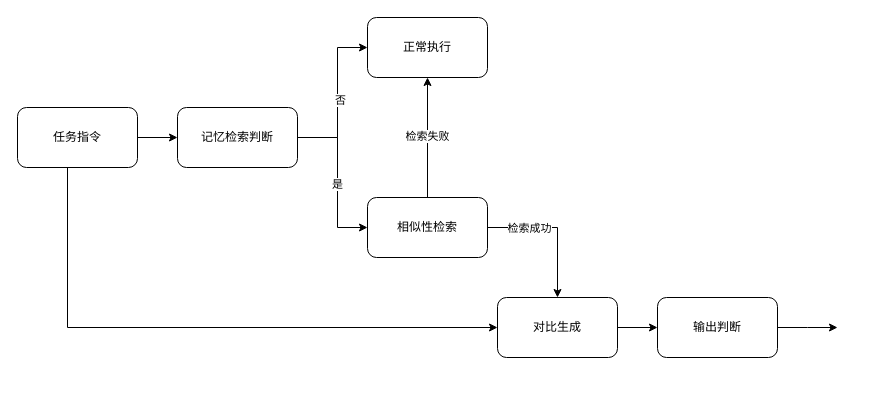
Above: lstm.drawio in abigfreshman/abigfreshman (draw.io), before the change. Source tidied: cells renumbered, new cells numbered last; positions are measured from the earlier drawing's top-left corner, leaving out a move shared by most shapes. Both pictures are drawn from the tidied source at 100%, with x=0, y=0 at pixel (17, 17).
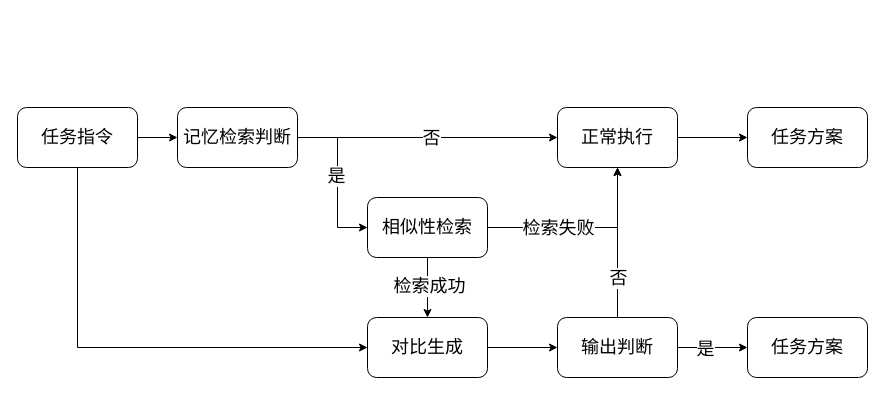
Above is the later version.

Change to the diagram source:
```diff
@@
     <mxCell id="3" style="edgeStyle=orthogonalEdgeStyle;rounded=0;jettySize=auto;html=1;entryX=0;entryY=0.5;entryDx=0;entryDy=0;" parent="1" edge="1" source="4" target="17">
       <mxGeometry relative="1" as="geometry">
         <Array as="points">
-          <mxPoint x="50" y="310" />
-          <mxPoint x="480" y="310" />
+          <mxPoint x="60" y="330" />
         </Array>
       </mxGeometry>
     </mxCell>
-    <mxCell id="4" value="任务指令" style="rounded=1;whiteSpace=wrap;html=1;" parent="1" vertex="1">
+    <mxCell id="4" value="&lt;font style=&quot;font-size: 18px;&quot;&gt;任务指令&lt;/font&gt;" style="rounded=1;whiteSpace=wrap;html=1;" parent="1" vertex="1">
       <mxGeometry y="90" width="120" height="60" as="geometry" />
     </mxCell>
+    <mxCell id="7" style="edgeStyle=orthogonalEdgeStyle;rounded=0;jettySize=auto;html=1;" parent="1" edge="1" source="9" target="15">
+      <mxGeometry relative="1" as="geometry">
+        <Array as="points">
+          <mxPoint x="320" y="120" />
+          <mxPoint x="320" y="210" />
+        </Array>
+      </mxGeometry>
+    </mxCell>
+    <mxCell id="20" value="&lt;span style=&quot;font-size: 18px;&quot;&gt;是&lt;/span&gt;" style="edgeLabel;html=1;align=center;verticalAlign=middle;" parent="7" vertex="1">
+      <mxGeometry x="-0.03" y="-2" relative="1" as="geometry" />
+    </mxCell>
-    <mxCell id="5" style="edgeStyle=orthogonalEdgeStyle;rounded=0;jettySize=auto;html=1;" parent="1" edge="1" source="9" target="10">
-      <mxGeometry relative="1" as="geometry">
-        <Array as="points">
-          <mxPoint x="320" y="120" />
-          <mxPoint x="320" y="30" />
-        </Array>
-      </mxGeometry>
+    <mxCell id="5" style="edgeStyle=orthogonalEdgeStyle;rounded=0;jettySize=auto;html=1;exitX=1;exitY=0.5;exitDx=0;exitDy=0;entryX=0;entryY=0.5;entryDx=0;entryDy=0;" parent="1" edge="1" source="9" target="10">
+      <mxGeometry relative="1" as="geometry" />
     </mxCell>
-    <mxCell id="6" value="否" style="edgeLabel;html=1;align=center;verticalAlign=middle;" parent="5" vertex="1">
-      <mxGeometry x="-0.03" y="-2" relative="1" as="geometry" />
-    </mxCell>
-    <mxCell id="7" style="edgeStyle=orthogonalEdgeStyle;rounded=0;jettySize=auto;html=1;" parent="1" edge="1" source="9" target="15">
-      <mxGeometry relative="1" as="geometry">
-        <Array as="points">
-          <mxPoint x="320" y="120" />
-          <mxPoint x="320" y="210" />
-        </Array>
-      </mxGeometry>
-    </mxCell>
-    <mxCell id="8" value="是" style="edgeLabel;html=1;align=center;verticalAlign=middle;" parent="7" vertex="1">
-      <mxGeometry x="0.07" y="-1" relative="1" as="geometry" />
-    </mxCell>
+    <mxCell id="21" value="&lt;font style=&quot;font-size: 18px;&quot;&gt;否&lt;/font&gt;" style="edgeLabel;html=1;align=center;verticalAlign=middle;" parent="5" vertex="1">
+      <mxGeometry x="0.02" relative="1" as="geometry" />
+    </mxCell>
-    <mxCell id="9" value="记忆检索判断" style="whiteSpace=wrap;html=1;rounded=1;" parent="1" vertex="1">
+    <mxCell id="9" value="&lt;font style=&quot;font-size: 18px;&quot;&gt;记忆检索判断&lt;/font&gt;" style="whiteSpace=wrap;html=1;rounded=1;" parent="1" vertex="1">
       <mxGeometry x="160" y="90" width="120" height="60" as="geometry" />
     </mxCell>
+    <mxCell id="22" style="edgeStyle=orthogonalEdgeStyle;rounded=0;jettySize=auto;html=1;" parent="1" edge="1" source="10" target="28">
+      <mxGeometry relative="1" as="geometry" />
+    </mxCell>
-    <mxCell id="10" value="正常执行" style="whiteSpace=wrap;html=1;rounded=1;" parent="1" vertex="1">
-      <mxGeometry x="350" width="120" height="60" as="geometry" />
+    <mxCell id="10" value="&lt;font style=&quot;font-size: 18px;&quot;&gt;正常执行&lt;/font&gt;" style="whiteSpace=wrap;html=1;rounded=1;" parent="1" vertex="1">
+      <mxGeometry x="540" y="90" width="120" height="60" as="geometry" />
     </mxCell>
-    <mxCell id="11" style="edgeStyle=orthogonalEdgeStyle;rounded=0;jettySize=auto;html=1;exitX=1;exitY=0.5;exitDx=0;exitDy=0;entryX=0.5;entryY=0;entryDx=0;entryDy=0;" parent="1" edge="1" source="15" target="17">
+    <mxCell id="11" style="edgeStyle=orthogonalEdgeStyle;rounded=0;jettySize=auto;html=1;exitX=0.5;exitY=1;exitDx=0;exitDy=0;entryX=0.5;entryY=0;entryDx=0;entryDy=0;" parent="1" edge="1" source="15" target="17">
       <mxGeometry relative="1" as="geometry" />
     </mxCell>
-    <mxCell id="12" value="检索成功" style="edgeLabel;html=1;align=center;verticalAlign=middle;" parent="11" vertex="1">
-      <mxGeometry x="-0.42" relative="1" as="geometry" />
+    <mxCell id="12" value="&lt;font style=&quot;font-size: 18px;&quot;&gt;检索成功&lt;/font&gt;" style="edgeLabel;html=1;align=center;verticalAlign=middle;" parent="11" vertex="1">
+      <mxGeometry x="-0.08" y="1" relative="1" as="geometry" />
     </mxCell>
-    <mxCell id="13" style="edgeStyle=orthogonalEdgeStyle;rounded=0;jettySize=auto;html=1;exitX=0.5;exitY=0;exitDx=0;exitDy=0;entryX=0.5;entryY=1;entryDx=0;entryDy=0;" parent="1" edge="1" source="15" target="10">
+    <mxCell id="13" style="edgeStyle=orthogonalEdgeStyle;rounded=0;jettySize=auto;html=1;exitX=1;exitY=0.5;exitDx=0;exitDy=0;entryX=0.5;entryY=1;entryDx=0;entryDy=0;" parent="1" edge="1" source="15" target="10">
       <mxGeometry relative="1" as="geometry" />
     </mxCell>
-    <mxCell id="14" value="检索失败" style="edgeLabel;html=1;align=center;verticalAlign=middle;" parent="13" vertex="1">
-      <mxGeometry x="0.03" y="1" relative="1" as="geometry" />
+    <mxCell id="14" value="&lt;font style=&quot;font-size: 18px;&quot;&gt;检索失败&lt;/font&gt;" style="edgeLabel;html=1;align=center;verticalAlign=middle;" parent="13" vertex="1">
+      <mxGeometry x="-0.26" y="-3" relative="1" as="geometry">
+        <mxPoint y="-3" as="offset" />
+      </mxGeometry>
     </mxCell>
-    <mxCell id="15" value="相似性检索" style="whiteSpace=wrap;html=1;rounded=1;" parent="1" vertex="1">
+    <mxCell id="15" value="&lt;font style=&quot;font-size: 18px;&quot;&gt;相似性检索&lt;/font&gt;" style="whiteSpace=wrap;html=1;rounded=1;" parent="1" vertex="1">
       <mxGeometry x="350" y="180" width="120" height="60" as="geometry" />
     </mxCell>
@@
-    <mxCell id="17" value="对比生成" style="whiteSpace=wrap;html=1;rounded=1;" parent="1" vertex="1">
-      <mxGeometry x="480" y="280" width="120" height="60" as="geometry" />
+    <mxCell id="17" value="&lt;font style=&quot;font-size: 18px;&quot;&gt;对比生成&lt;/font&gt;" style="whiteSpace=wrap;html=1;rounded=1;" parent="1" vertex="1">
+      <mxGeometry x="350" y="300" width="120" height="60" as="geometry" />
     </mxCell>
-    <mxCell id="18" style="edgeStyle=orthogonalEdgeStyle;rounded=0;jettySize=auto;html=1;exitX=1;exitY=0.5;exitDx=0;exitDy=0;" parent="1" edge="1" source="19">
-      <mxGeometry relative="1" as="geometry">
-        <mxPoint x="820" y="310" as="targetPoint" />
-      </mxGeometry>
-    </mxCell>
+    <mxCell id="23" style="edgeStyle=orthogonalEdgeStyle;rounded=0;jettySize=auto;html=1;entryX=0.5;entryY=1;entryDx=0;entryDy=0;" parent="1" edge="1" source="19" target="10">
+      <mxGeometry relative="1" as="geometry" />
+    </mxCell>
+    <mxCell id="24" value="&lt;font style=&quot;font-size: 18px;&quot;&gt;否&lt;/font&gt;" style="edgeLabel;html=1;align=center;verticalAlign=middle;" parent="23" vertex="1">
+      <mxGeometry x="-0.29" y="1" relative="1" as="geometry">
+        <mxPoint x="1" y="13" as="offset" />
+      </mxGeometry>
+    </mxCell>
+    <mxCell id="25" style="edgeStyle=orthogonalEdgeStyle;rounded=0;jettySize=auto;html=1;entryX=0;entryY=0.5;entryDx=0;entryDy=0;" parent="1" edge="1" source="19" target="27">
+      <mxGeometry relative="1" as="geometry" />
+    </mxCell>
+    <mxCell id="26" value="&lt;font style=&quot;font-size: 18px;&quot;&gt;是&lt;/font&gt;" style="edgeLabel;html=1;align=center;verticalAlign=middle;" parent="25" vertex="1">
+      <mxGeometry x="-0.22" y="-1" relative="1" as="geometry" />
+    </mxCell>
-    <mxCell id="19" value="输出判断" style="whiteSpace=wrap;html=1;rounded=1;" parent="1" vertex="1">
-      <mxGeometry x="640" y="280" width="120" height="60" as="geometry" />
+    <mxCell id="19" value="&lt;font style=&quot;font-size: 18px;&quot;&gt;输出判断&lt;/font&gt;" style="whiteSpace=wrap;html=1;rounded=1;" parent="1" vertex="1">
+      <mxGeometry x="540" y="300" width="120" height="60" as="geometry" />
     </mxCell>
+    <mxCell id="27" value="&lt;font style=&quot;font-size: 18px;&quot;&gt;任务方案&lt;/font&gt;" style="rounded=1;whiteSpace=wrap;html=1;" parent="1" vertex="1">
+      <mxGeometry x="730" y="300" width="120" height="60" as="geometry" />
+    </mxCell>
+    <mxCell id="28" value="&lt;span style=&quot;font-size: 18px;&quot;&gt;任务方案&lt;/span&gt;" style="whiteSpace=wrap;html=1;rounded=1;" parent="1" vertex="1">
+      <mxGeometry x="730" y="90" width="120" height="60" as="geometry" />
+    </mxCell>
```
